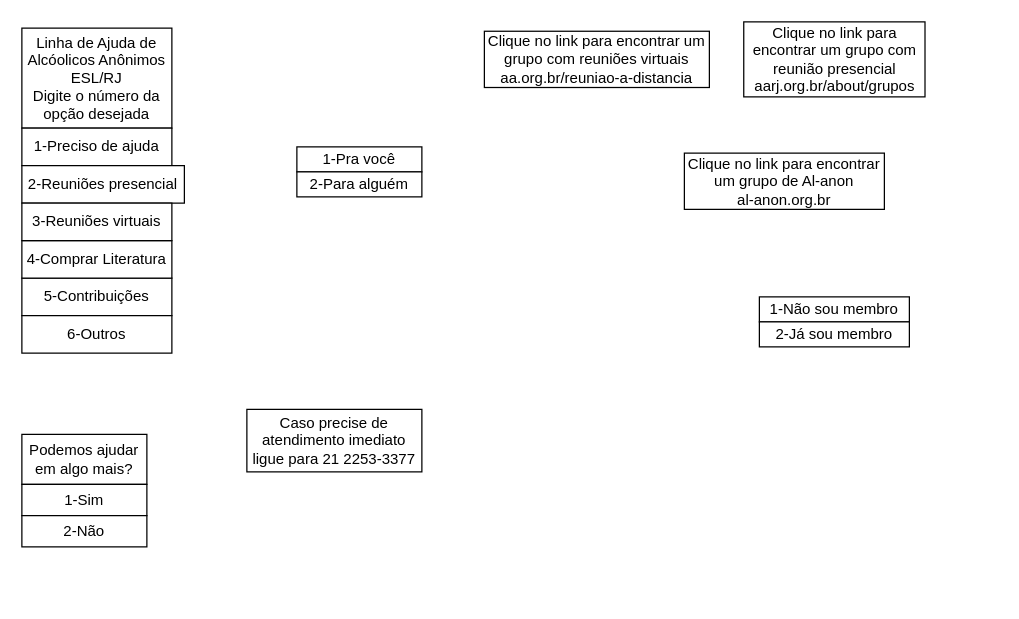
rrmelo/quadro_de_horarios keeps this draw.io diagram as Diagrama sem nome.drawio. Above is the earlier version. Source tidied: cells renumbered, new cells numbered last; positions are measured from the earlier drawing's top-left corner, leaving out a move shared by most shapes. Both pictures are drawn from the tidied source at 125%, with x=0, y=0 at pixel (21, 21).
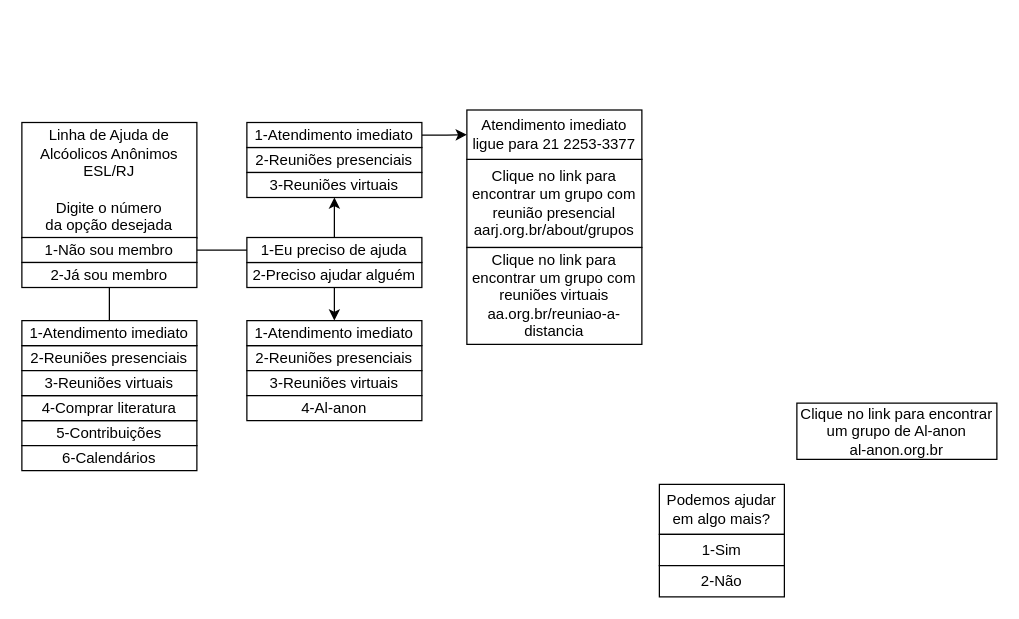
Above is the later version.

What changed in the source:
```diff
@@
-    <mxCell id="2" value="Linha de Ajuda de Alcóolicos Anônimos&lt;br&gt;ESL/RJ&lt;br&gt;Digite o número da opção desejada" style="rounded=0;whiteSpace=wrap;html=1;" parent="1" vertex="1">
-      <mxGeometry y="5" width="120" height="80" as="geometry" />
+    <mxCell id="2" value="Linha de Ajuda de Alcóolicos Anônimos&lt;br&gt;ESL/RJ&lt;br&gt;&lt;br&gt;Digite o número &lt;br&gt;da opção desejada" style="rounded=0;whiteSpace=wrap;html=1;" parent="1" vertex="1">
+      <mxGeometry y="80.5" width="140" height="92.5" as="geometry" />
     </mxCell>
     <mxCell id="3" value="5-Contribuições" style="rounded=0;whiteSpace=wrap;html=1;" parent="1" vertex="1">
-      <mxGeometry y="205" width="120" height="30" as="geometry" />
+      <mxGeometry y="319" width="140" height="20" as="geometry" />
     </mxCell>
-    <mxCell id="4" value="1-Preciso de ajuda" style="rounded=0;whiteSpace=wrap;html=1;" parent="1" vertex="1">
-      <mxGeometry y="85" width="120" height="30" as="geometry" />
+    <mxCell id="4" value="2-Preciso ajudar alguém" style="rounded=0;whiteSpace=wrap;html=1;" parent="1" vertex="1">
+      <mxGeometry x="180" y="192.5" width="140" height="20" as="geometry" />
     </mxCell>
-    <mxCell id="5" value="2-Reuniões presencial" style="rounded=0;whiteSpace=wrap;html=1;" parent="1" vertex="1">
-      <mxGeometry y="115" width="130" height="30" as="geometry" />
+    <mxCell id="5" value="2-Reuniões presenciais" style="rounded=0;whiteSpace=wrap;html=1;" parent="1" vertex="1">
+      <mxGeometry y="259" width="140" height="20" as="geometry" />
     </mxCell>
-    <mxCell id="6" value="4-Comprar Literatura" style="rounded=0;whiteSpace=wrap;html=1;" parent="1" vertex="1">
-      <mxGeometry y="175" width="120" height="30" as="geometry" />
+    <mxCell id="6" value="4-Comprar literatura" style="rounded=0;whiteSpace=wrap;html=1;" parent="1" vertex="1">
+      <mxGeometry y="299" width="140" height="20" as="geometry" />
     </mxCell>
     <mxCell id="7" value="3-Reuniões virtuais" style="rounded=0;whiteSpace=wrap;html=1;" parent="1" vertex="1">
-      <mxGeometry y="145" width="120" height="30" as="geometry" />
+      <mxGeometry y="279" width="140" height="20" as="geometry" />
     </mxCell>
     <mxCell id="8" value="Clique no link para encontrar um grupo com reunião presencial aarj.org.br/about/grupos" style="rounded=0;whiteSpace=wrap;html=1;" parent="1" vertex="1">
-      <mxGeometry x="577.5" width="145" height="60" as="geometry" />
+      <mxGeometry x="356" y="110" width="140" height="70.5" as="geometry" />
     </mxCell>
     <mxCell id="9" value="Clique no link para encontrar um grupo com reuniões virtuais&lt;br&gt;aa.org.br/reuniao-a-distancia" style="rounded=0;whiteSpace=wrap;html=1;" parent="1" vertex="1">
-      <mxGeometry x="370" y="7.5" width="180" height="45" as="geometry" />
+      <mxGeometry x="356" y="180.5" width="140" height="77.5" as="geometry" />
     </mxCell>
     <mxCell id="10" value="Clique no link para encontrar um grupo de Al-anon&lt;br&gt;al-anon.org.br" style="rounded=0;whiteSpace=wrap;html=1;" parent="1" vertex="1">
-      <mxGeometry x="530" y="105" width="160" height="45" as="geometry" />
+      <mxGeometry x="620" y="305" width="160" height="45" as="geometry" />
     </mxCell>
-    <mxCell id="11" value="6-Outros" style="rounded=0;whiteSpace=wrap;html=1;" parent="1" vertex="1">
-      <mxGeometry y="235" width="120" height="30" as="geometry" />
+    <mxCell id="11" value="6-Calendários" style="rounded=0;whiteSpace=wrap;html=1;" parent="1" vertex="1">
+      <mxGeometry y="339" width="140" height="20" as="geometry" />
     </mxCell>
     <mxCell id="12" value="1-Não sou membro" style="rounded=0;whiteSpace=wrap;html=1;" parent="1" vertex="1">
-      <mxGeometry x="590" y="220" width="120" height="20" as="geometry" />
+      <mxGeometry y="172.5" width="140" height="20" as="geometry" />
     </mxCell>
-    <mxCell id="13" value="Caso precise de atendimento imediato ligue para 21 2253-3377" style="rounded=0;whiteSpace=wrap;html=1;" parent="1" vertex="1">
-      <mxGeometry x="180" y="310" width="140" height="50" as="geometry" />
+    <mxCell id="13" value="Atendimento imediato ligue para 21 2253-3377" style="rounded=0;whiteSpace=wrap;html=1;" parent="1" vertex="1">
+      <mxGeometry x="356" y="70.5" width="140" height="39.5" as="geometry" />
     </mxCell>
     <mxCell id="14" value="Podemos ajudar em algo mais?" style="rounded=0;whiteSpace=wrap;html=1;" parent="1" vertex="1">
-      <mxGeometry y="330" width="100" height="40" as="geometry" />
+      <mxGeometry x="510" y="370" width="100" height="40" as="geometry" />
     </mxCell>
     <mxCell id="15" value="1-Sim" style="rounded=0;whiteSpace=wrap;html=1;" parent="1" vertex="1">
-      <mxGeometry y="370" width="100" height="25" as="geometry" />
+      <mxGeometry x="510" y="410" width="100" height="25" as="geometry" />
     </mxCell>
     <mxCell id="16" value="2-Não" style="rounded=0;whiteSpace=wrap;html=1;" parent="1" vertex="1">
-      <mxGeometry y="395" width="100" height="25" as="geometry" />
+      <mxGeometry x="510" y="435" width="100" height="25" as="geometry" />
     </mxCell>
-    <mxCell id="17" value="1-Pra você" style="rounded=0;whiteSpace=wrap;html=1;" parent="1" vertex="1">
-      <mxGeometry x="220" y="100" width="100" height="20" as="geometry" />
+    <mxCell id="17" value="1-Atendimento imediato" style="rounded=0;whiteSpace=wrap;html=1;" parent="1" vertex="1">
+      <mxGeometry y="239" width="140" height="20" as="geometry" />
     </mxCell>
-    <mxCell id="18" value="2-Para alguém" style="rounded=0;whiteSpace=wrap;html=1;" parent="1" vertex="1">
-      <mxGeometry x="220" y="120" width="100" height="20" as="geometry" />
-    </mxCell>
     <mxCell id="19" value="2-Já sou membro" style="rounded=0;whiteSpace=wrap;html=1;" parent="1" vertex="1">
-      <mxGeometry x="590" y="240" width="120" height="20" as="geometry" />
+      <mxGeometry y="192.5" width="140" height="20" as="geometry" />
     </mxCell>
+    <mxCell id="20" style="endArrow=none;html=1;rounded=0;exitX=0.5;exitY=0;exitDx=0;exitDy=0;entryX=0.5;entryY=1;entryDx=0;entryDy=0;" parent="1" edge="1" source="17" target="19">
+      <mxGeometry relative="1" as="geometry" />
+    </mxCell>
+    <mxCell id="21" value="1-Eu preciso de ajuda" style="rounded=0;whiteSpace=wrap;html=1;" parent="1" vertex="1">
+      <mxGeometry x="180" y="172.5" width="140" height="20" as="geometry" />
+    </mxCell>
+    <mxCell id="22" value="2-Reuniões presenciais" style="rounded=0;whiteSpace=wrap;html=1;" parent="1" vertex="1">
+      <mxGeometry x="180" y="259" width="140" height="20" as="geometry" />
+    </mxCell>
+    <mxCell id="23" value="3-Reuniões virtuais" style="rounded=0;whiteSpace=wrap;html=1;" parent="1" vertex="1">
+      <mxGeometry x="180" y="279" width="140" height="20" as="geometry" />
+    </mxCell>
+    <mxCell id="24" value="1-Atendimento imediato" style="rounded=0;whiteSpace=wrap;html=1;" parent="1" vertex="1">
+      <mxGeometry x="180" y="239" width="140" height="20" as="geometry" />
+    </mxCell>
+    <mxCell id="25" style="endArrow=none;html=1;rounded=0;exitX=1;exitY=0.5;exitDx=0;exitDy=0;entryX=0;entryY=0.5;entryDx=0;entryDy=0;" parent="1" edge="1" source="12" target="21">
+      <mxGeometry relative="1" as="geometry" />
+    </mxCell>
+    <mxCell id="26" value="4-Al-anon" style="rounded=0;whiteSpace=wrap;html=1;" parent="1" vertex="1">
+      <mxGeometry x="180" y="299" width="140" height="20" as="geometry" />
+    </mxCell>
+    <mxCell id="27" value="2-Reuniões presenciais" style="rounded=0;whiteSpace=wrap;html=1;" parent="1" vertex="1">
+      <mxGeometry x="180" y="100.5" width="140" height="20" as="geometry" />
+    </mxCell>
+    <mxCell id="28" value="3-Reuniões virtuais" style="rounded=0;whiteSpace=wrap;html=1;" parent="1" vertex="1">
+      <mxGeometry x="180" y="120.5" width="140" height="20" as="geometry" />
+    </mxCell>
+    <mxCell id="29" style="edgeStyle=orthogonalEdgeStyle;rounded=0;jettySize=auto;html=1;" parent="1" edge="1" source="30" target="13">
+      <mxGeometry relative="1" as="geometry" />
+    </mxCell>
+    <mxCell id="30" value="1-Atendimento imediato" style="rounded=0;whiteSpace=wrap;html=1;" parent="1" vertex="1">
+      <mxGeometry x="180" y="80.5" width="140" height="20" as="geometry" />
+    </mxCell>
+    <mxCell id="31" style="endArrow=classic;html=1;rounded=0;entryX=0.5;entryY=1;entryDx=0;entryDy=0;exitX=0.5;exitY=0;exitDx=0;exitDy=0;" parent="1" edge="1" source="21" target="28">
+      <mxGeometry relative="1" as="geometry" />
+    </mxCell>
+    <mxCell id="32" style="endArrow=classic;html=1;rounded=0;entryX=0.5;entryY=0;entryDx=0;entryDy=0;exitX=0.5;exitY=1;exitDx=0;exitDy=0;" parent="1" edge="1" source="4" target="24">
+      <mxGeometry relative="1" as="geometry" />
+    </mxCell>
```
